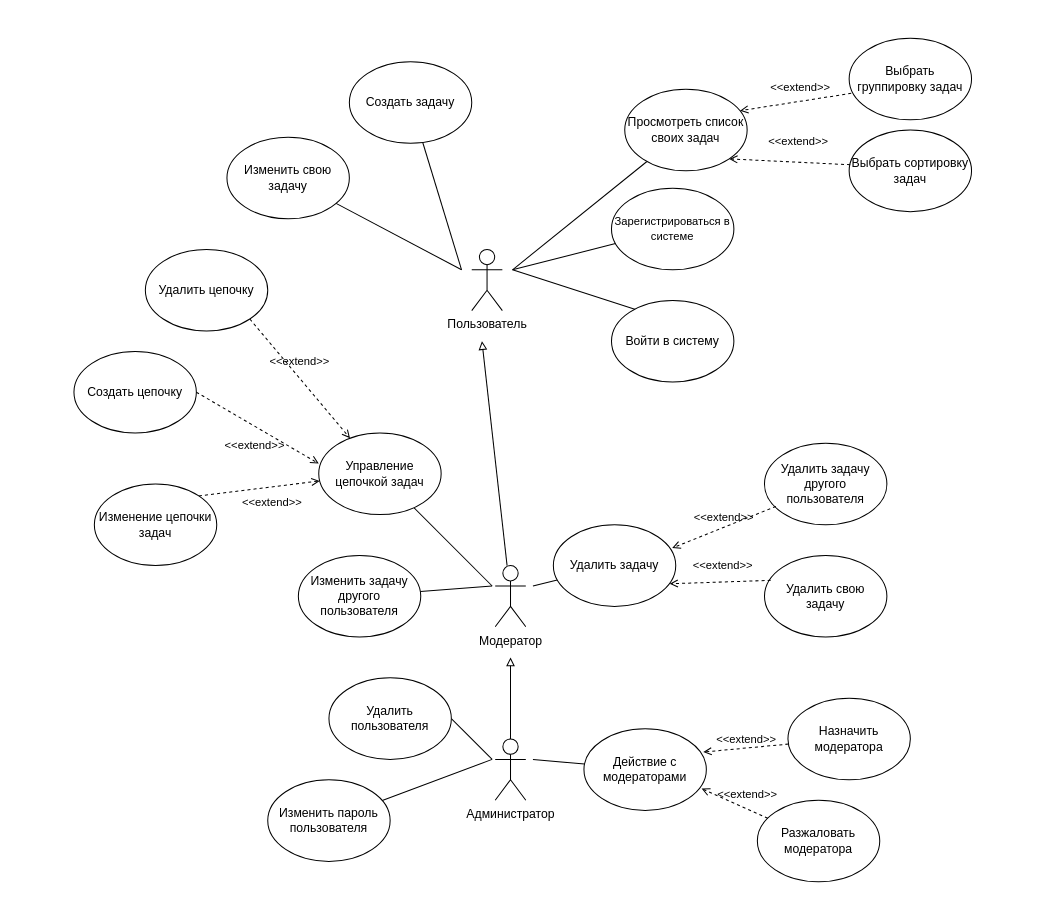
Before: page "Диаграмма ВИ" (1 of 6) of UML/UML_diagrams.drawio in ktoToGdeTo/BachelorDiploma, a draw.io diagram. Source tidied: cells renumbered, new cells numbered last; positions are measured from the earlier drawing's top-left corner, leaving out a move shared by most shapes. Both pictures are drawn from the tidied source at 102%, with x=0, y=0 at pixel (73, 38).
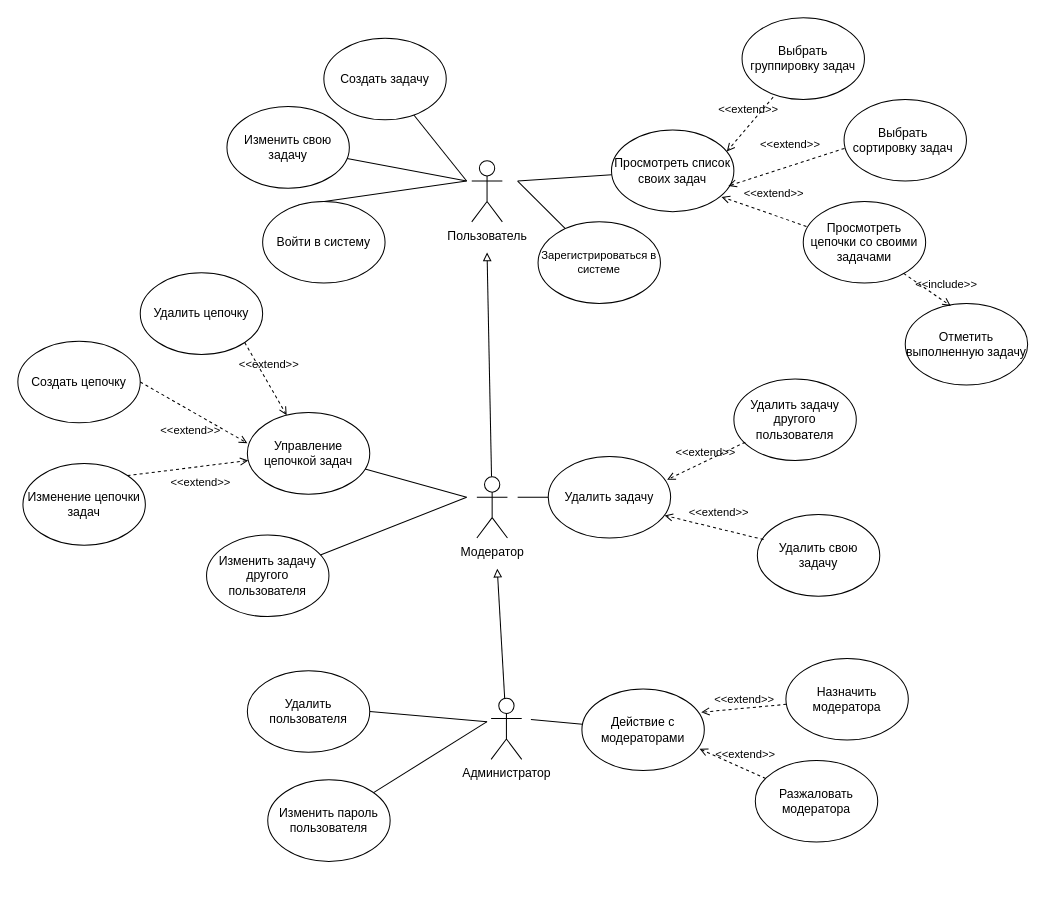
The same diagram, later.

The change refers to these unchanged cells:
```xml
<mxCell id="20" value="Изменить пароль пользователя" style="ellipse;whiteSpace=wrap;html=1;" parent="1" vertex="1">
  <mxGeometry x="190" y="727" width="120" height="80" as="geometry" />
</mxCell>
```

The edit, as a diff of the source:
```diff
@@
-    <mxCell id="2" style="rounded=0;jettySize=auto;html=1;entryX=1;entryY=0.5;entryDx=0;entryDy=0;endArrow=none;endFill=0;" parent="1" edge="1" target="10">
+    <mxCell id="2" style="rounded=0;jettySize=auto;html=1;entryX=0.29;entryY=0.046;entryDx=0;entryDy=0;endArrow=none;endFill=0;entryPerimeter=0;" parent="1" edge="1" target="10">
       <mxGeometry relative="1" as="geometry">
-        <mxPoint x="430" y="227" as="sourcePoint" />
+        <mxPoint x="385" y="140" as="sourcePoint" />
       </mxGeometry>
     </mxCell>
     <mxCell id="3" value="Пользователь" style="shape=umlActor;verticalLabelPosition=bottom;verticalAlign=top;html=1;" parent="1" vertex="1">
-      <mxGeometry x="390" y="207" width="30" height="60" as="geometry" />
+      <mxGeometry x="390" y="120" width="30" height="60" as="geometry" />
     </mxCell>
     <mxCell id="4" style="rounded=0;jettySize=auto;html=1;endArrow=block;endFill=0;" parent="1" edge="1" source="5">
       <mxGeometry relative="1" as="geometry">
-        <mxPoint x="400" y="297" as="targetPoint" />
+        <mxPoint x="405" y="210" as="targetPoint" />
       </mxGeometry>
     </mxCell>
     <mxCell id="5" value="Модератор" style="shape=umlActor;verticalLabelPosition=bottom;verticalAlign=top;html=1;outlineConnect=0;" parent="1" vertex="1">
-      <mxGeometry x="413" y="517" width="30" height="60" as="geometry" />
+      <mxGeometry x="395" y="430" width="30" height="60" as="geometry" />
     </mxCell>
     <mxCell id="6" style="rounded=0;jettySize=auto;html=1;endArrow=block;endFill=0;" parent="1" edge="1" source="7">
       <mxGeometry relative="1" as="geometry">
-        <mxPoint x="428" y="607" as="targetPoint" />
+        <mxPoint x="415" y="520" as="targetPoint" />
       </mxGeometry>
     </mxCell>
     <mxCell id="7" value="Администратор" style="shape=umlActor;verticalLabelPosition=bottom;verticalAlign=top;html=1;outlineConnect=0;" parent="1" vertex="1">
-      <mxGeometry x="413" y="687" width="30" height="60" as="geometry" />
+      <mxGeometry x="409" y="647" width="30" height="60" as="geometry" />
     </mxCell>
     <mxCell id="8" style="rounded=0;jettySize=auto;html=1;startArrow=none;startFill=0;endArrow=none;endFill=0;" parent="1" edge="1" source="9">
       <mxGeometry relative="1" as="geometry">
-        <mxPoint x="380" y="227" as="targetPoint" />
+        <mxPoint x="385" y="140" as="targetPoint" />
       </mxGeometry>
     </mxCell>
     <mxCell id="9" value="Изменить свою задачу" style="ellipse;whiteSpace=wrap;html=1;" parent="1" vertex="1">
-      <mxGeometry x="150" y="97" width="120" height="80" as="geometry" />
+      <mxGeometry x="150" y="67" width="120" height="80" as="geometry" />
     </mxCell>
     <mxCell id="10" value="Войти в систему" style="ellipse;whiteSpace=wrap;html=1;" parent="1" vertex="1">
-      <mxGeometry x="527" y="257" width="120" height="80" as="geometry" />
+      <mxGeometry x="185" y="160" width="120" height="80" as="geometry" />
     </mxCell>
     <mxCell id="11" style="rounded=0;jettySize=auto;html=1;endArrow=none;endFill=0;" parent="1" edge="1" source="12">
       <mxGeometry relative="1" as="geometry">
-        <mxPoint x="430" y="227" as="targetPoint" />
+        <mxPoint x="435" y="140" as="targetPoint" />
       </mxGeometry>
     </mxCell>
     <mxCell id="12" value="Зарегистрироваться в системе" style="ellipse;whiteSpace=wrap;html=1;fontSize=11;spacing=4;" parent="1" vertex="1">
-      <mxGeometry x="527" y="147" width="120" height="80" as="geometry" />
+      <mxGeometry x="455" y="180" width="120" height="80" as="geometry" />
     </mxCell>
     <mxCell id="13" style="rounded=0;jettySize=auto;html=1;startArrow=none;startFill=0;endArrow=none;endFill=0;" parent="1" edge="1" source="14">
       <mxGeometry relative="1" as="geometry">
-        <mxPoint x="380" y="227" as="targetPoint" />
+        <mxPoint x="385" y="140" as="targetPoint" />
       </mxGeometry>
     </mxCell>
     <mxCell id="14" value="Создать задачу" style="ellipse;whiteSpace=wrap;html=1;" parent="1" vertex="1">
-      <mxGeometry x="270" y="23" width="120" height="80" as="geometry" />
+      <mxGeometry x="245" width="120" height="80" as="geometry" />
     </mxCell>
     <mxCell id="15" style="rounded=0;jettySize=auto;html=1;endArrow=none;endFill=0;" parent="1" edge="1" source="16">
       <mxGeometry relative="1" as="geometry">
-        <mxPoint x="450" y="537" as="targetPoint" />
+        <mxPoint x="435" y="450" as="targetPoint" />
       </mxGeometry>
     </mxCell>
     <mxCell id="16" value="Удалить задачу" style="ellipse;whiteSpace=wrap;html=1;" parent="1" vertex="1">
-      <mxGeometry x="470" y="477" width="120" height="80" as="geometry" />
+      <mxGeometry x="465" y="410" width="120" height="80" as="geometry" />
     </mxCell>
     <mxCell id="17" style="rounded=0;jettySize=auto;html=1;exitX=1;exitY=0.5;exitDx=0;exitDy=0;endArrow=none;endFill=0;" parent="1" edge="1" source="18">
       <mxGeometry relative="1" as="geometry">
-        <mxPoint x="410" y="707" as="targetPoint" />
+        <mxPoint x="405" y="670" as="targetPoint" />
       </mxGeometry>
     </mxCell>
     <mxCell id="18" value="Удалить пользователя" style="ellipse;whiteSpace=wrap;html=1;" parent="1" vertex="1">
-      <mxGeometry x="250" y="627" width="120" height="80" as="geometry" />
+      <mxGeometry x="170" y="620" width="120" height="80" as="geometry" />
     </mxCell>
     <mxCell id="19" style="rounded=0;jettySize=auto;html=1;endArrow=none;endFill=0;" parent="1" edge="1" source="20">
       <mxGeometry relative="1" as="geometry">
-        <mxPoint x="410" y="707" as="targetPoint" />
+        <mxPoint x="405" y="670" as="targetPoint" />
       </mxGeometry>
     </mxCell>
@@
     <mxCell id="21" style="rounded=0;jettySize=auto;html=1;endArrow=none;endFill=0;" parent="1" edge="1" source="22">
       <mxGeometry relative="1" as="geometry">
-        <mxPoint x="450" y="707" as="targetPoint" />
+        <mxPoint x="448" y="668" as="targetPoint" />
       </mxGeometry>
     </mxCell>
     <mxCell id="22" value="Действие с модераторами" style="ellipse;whiteSpace=wrap;html=1;" parent="1" vertex="1">
-      <mxGeometry x="500" y="677" width="120" height="80" as="geometry" />
+      <mxGeometry x="498" y="638" width="120" height="80" as="geometry" />
     </mxCell>
     <mxCell id="23" style="rounded=0;jettySize=auto;html=1;endArrow=none;endFill=0;" parent="1" edge="1" source="24">
       <mxGeometry relative="1" as="geometry">
-        <mxPoint x="410" y="537" as="targetPoint" />
+        <mxPoint x="385" y="450" as="targetPoint" />
       </mxGeometry>
     </mxCell>
     <mxCell id="24" value="Изменить задачу другого пользователя" style="ellipse;whiteSpace=wrap;html=1;" parent="1" vertex="1">
-      <mxGeometry x="220" y="507" width="120" height="80" as="geometry" />
+      <mxGeometry x="130" y="487" width="120" height="80" as="geometry" />
     </mxCell>
     <mxCell id="25" style="rounded=0;jettySize=auto;html=1;startArrow=none;startFill=0;endArrow=none;endFill=0;" parent="1" edge="1" source="26">
       <mxGeometry relative="1" as="geometry">
-        <mxPoint x="430" y="227" as="targetPoint" />
+        <mxPoint x="435" y="140" as="targetPoint" />
       </mxGeometry>
     </mxCell>
     <mxCell id="26" value="Просмотреть список своих задач" style="ellipse;whiteSpace=wrap;html=1;" parent="1" vertex="1">
-      <mxGeometry x="540" y="50" width="120" height="80" as="geometry" />
+      <mxGeometry x="527" y="90" width="120" height="80" as="geometry" />
     </mxCell>
     <mxCell id="27" value="Удалить свою задачу" style="ellipse;whiteSpace=wrap;html=1;" parent="1" vertex="1">
-      <mxGeometry x="677" y="507" width="120" height="80" as="geometry" />
+      <mxGeometry x="670" y="467" width="120" height="80" as="geometry" />
     </mxCell>
     <mxCell id="28" value="Удалить задачу другого пользователя" style="ellipse;whiteSpace=wrap;html=1;" parent="1" vertex="1">
-      <mxGeometry x="677" y="397" width="120" height="80" as="geometry" />
+      <mxGeometry x="647" y="334" width="120" height="80" as="geometry" />
     </mxCell>
@@
     <mxCell id="31" value="Назначить модератора" style="ellipse;whiteSpace=wrap;html=1;" parent="1" vertex="1">
-      <mxGeometry x="700" y="647" width="120" height="80" as="geometry" />
+      <mxGeometry x="698" y="608" width="120" height="80" as="geometry" />
     </mxCell>
     <mxCell id="32" value="Разжаловать модератора" style="ellipse;whiteSpace=wrap;html=1;" parent="1" vertex="1">
-      <mxGeometry x="670" y="747" width="120" height="80" as="geometry" />
+      <mxGeometry x="668" y="708" width="120" height="80" as="geometry" />
     </mxCell>
@@
     <mxCell id="35" value="Выбрать группировку задач" style="ellipse;whiteSpace=wrap;html=1;" parent="1" vertex="1">
-      <mxGeometry x="760" width="120" height="80" as="geometry" />
+      <mxGeometry x="655" y="-20" width="120" height="80" as="geometry" />
     </mxCell>
-    <mxCell id="36" value="Выбрать сортировку задач" style="ellipse;whiteSpace=wrap;html=1;" parent="1" vertex="1">
-      <mxGeometry x="760" y="90" width="120" height="80" as="geometry" />
+    <mxCell id="36" value="Выбрать сортировку задач" style="ellipse;whiteSpace=wrap;html=1;spacingRight=4;" parent="1" vertex="1">
+      <mxGeometry x="755" y="60" width="120" height="80" as="geometry" />
     </mxCell>
-    <mxCell id="37" value="&amp;lt;&amp;lt;extend&amp;gt;&amp;gt;" style="html=1;verticalAlign=bottom;labelBackgroundColor=none;endArrow=open;endFill=0;dashed=1;rounded=0;entryX=0.942;entryY=0.263;entryDx=0;entryDy=0;exitX=0.017;exitY=0.675;exitDx=0;exitDy=0;entryPerimeter=0;exitPerimeter=0;" parent="1" edge="1" source="35" target="26">
+    <mxCell id="37" value="&amp;lt;&amp;lt;extend&amp;gt;&amp;gt;" style="html=1;verticalAlign=bottom;labelBackgroundColor=none;endArrow=open;endFill=0;dashed=1;rounded=0;entryX=0.942;entryY=0.263;entryDx=0;entryDy=0;exitX=0.254;exitY=0.972;exitDx=0;exitDy=0;entryPerimeter=0;exitPerimeter=0;" parent="1" edge="1" source="35" target="26">
       <mxGeometry x="-0.09" y="-5" relative="1" as="geometry" />
     </mxCell>
-    <mxCell id="38" value="&amp;lt;&amp;lt;extend&amp;gt;&amp;gt;" style="html=1;verticalAlign=bottom;labelBackgroundColor=none;endArrow=open;endFill=0;dashed=1;rounded=0;exitX=0.008;exitY=0.425;exitDx=0;exitDy=0;exitPerimeter=0;entryX=1;entryY=1;entryDx=0;entryDy=0;" parent="1" edge="1" source="36" target="26">
+    <mxCell id="38" value="&amp;lt;&amp;lt;extend&amp;gt;&amp;gt;" style="html=1;verticalAlign=bottom;labelBackgroundColor=none;endArrow=open;endFill=0;dashed=1;rounded=0;exitX=0.003;exitY=0.6;exitDx=0;exitDy=0;exitPerimeter=0;entryX=0.955;entryY=0.685;entryDx=0;entryDy=0;entryPerimeter=0;" parent="1" edge="1" source="36" target="26">
       <mxGeometry x="-0.13" y="-12" relative="1" as="geometry" />
     </mxCell>
     <mxCell id="39" style="rounded=0;jettySize=auto;html=1;endArrow=none;endFill=0;" parent="1" edge="1" source="40">
       <mxGeometry relative="1" as="geometry">
-        <mxPoint x="410" y="537" as="targetPoint" />
+        <mxPoint x="385" y="450" as="targetPoint" />
       </mxGeometry>
     </mxCell>
     <mxCell id="40" value="Управление цепочкой задач" style="ellipse;whiteSpace=wrap;html=1;" parent="1" vertex="1">
-      <mxGeometry x="240" y="387" width="120" height="80" as="geometry" />
+      <mxGeometry x="170" y="367" width="120" height="80" as="geometry" />
     </mxCell>
     <mxCell id="41" value="Удалить цепочку" style="ellipse;whiteSpace=wrap;html=1;" parent="1" vertex="1">
-      <mxGeometry x="70" y="207" width="120" height="80" as="geometry" />
+      <mxGeometry x="65" y="230" width="120" height="80" as="geometry" />
     </mxCell>
     <mxCell id="42" value="Создать цепочку" style="ellipse;whiteSpace=wrap;html=1;" parent="1" vertex="1">
-      <mxGeometry y="307" width="120" height="80" as="geometry" />
+      <mxGeometry x="-55" y="297" width="120" height="80" as="geometry" />
     </mxCell>
@@
     <mxCell id="45" value="Изменение цепочки задач" style="ellipse;whiteSpace=wrap;html=1;" parent="1" vertex="1">
-      <mxGeometry x="20" y="437" width="120" height="80" as="geometry" />
+      <mxGeometry x="-50" y="417" width="120" height="80" as="geometry" />
     </mxCell>
@@
+    <mxCell id="47" value="Просмотреть цепочки со своими задачами" style="ellipse;whiteSpace=wrap;html=1;" parent="1" vertex="1">
+      <mxGeometry x="715" y="160" width="120" height="80" as="geometry" />
+    </mxCell>
+    <mxCell id="48" value="&amp;lt;&amp;lt;extend&amp;gt;&amp;gt;" style="html=1;verticalAlign=bottom;labelBackgroundColor=none;endArrow=open;endFill=0;dashed=1;rounded=0;exitX=0.026;exitY=0.306;exitDx=0;exitDy=0;exitPerimeter=0;entryX=0.899;entryY=0.819;entryDx=0;entryDy=0;entryPerimeter=0;" parent="1" edge="1" source="47" target="26">
+      <mxGeometry x="-0.13" y="-12" relative="1" as="geometry" />
+    </mxCell>
+    <mxCell id="49" value="Отметить выполненную задачу" style="ellipse;whiteSpace=wrap;html=1;" parent="1" vertex="1">
+      <mxGeometry x="815" y="260" width="120" height="80" as="geometry" />
+    </mxCell>
+    <mxCell id="50" value="&amp;lt;&amp;lt;include&amp;gt;&amp;gt;" style="html=1;verticalAlign=bottom;labelBackgroundColor=none;endArrow=open;endFill=0;dashed=1;rounded=0;entryX=0.372;entryY=0.031;entryDx=0;entryDy=0;entryPerimeter=0;exitX=0.82;exitY=0.881;exitDx=0;exitDy=0;exitPerimeter=0;" parent="1" edge="1" source="47" target="49">
+      <mxGeometry x="0.61" y="8" relative="1" as="geometry" />
+    </mxCell>
```
